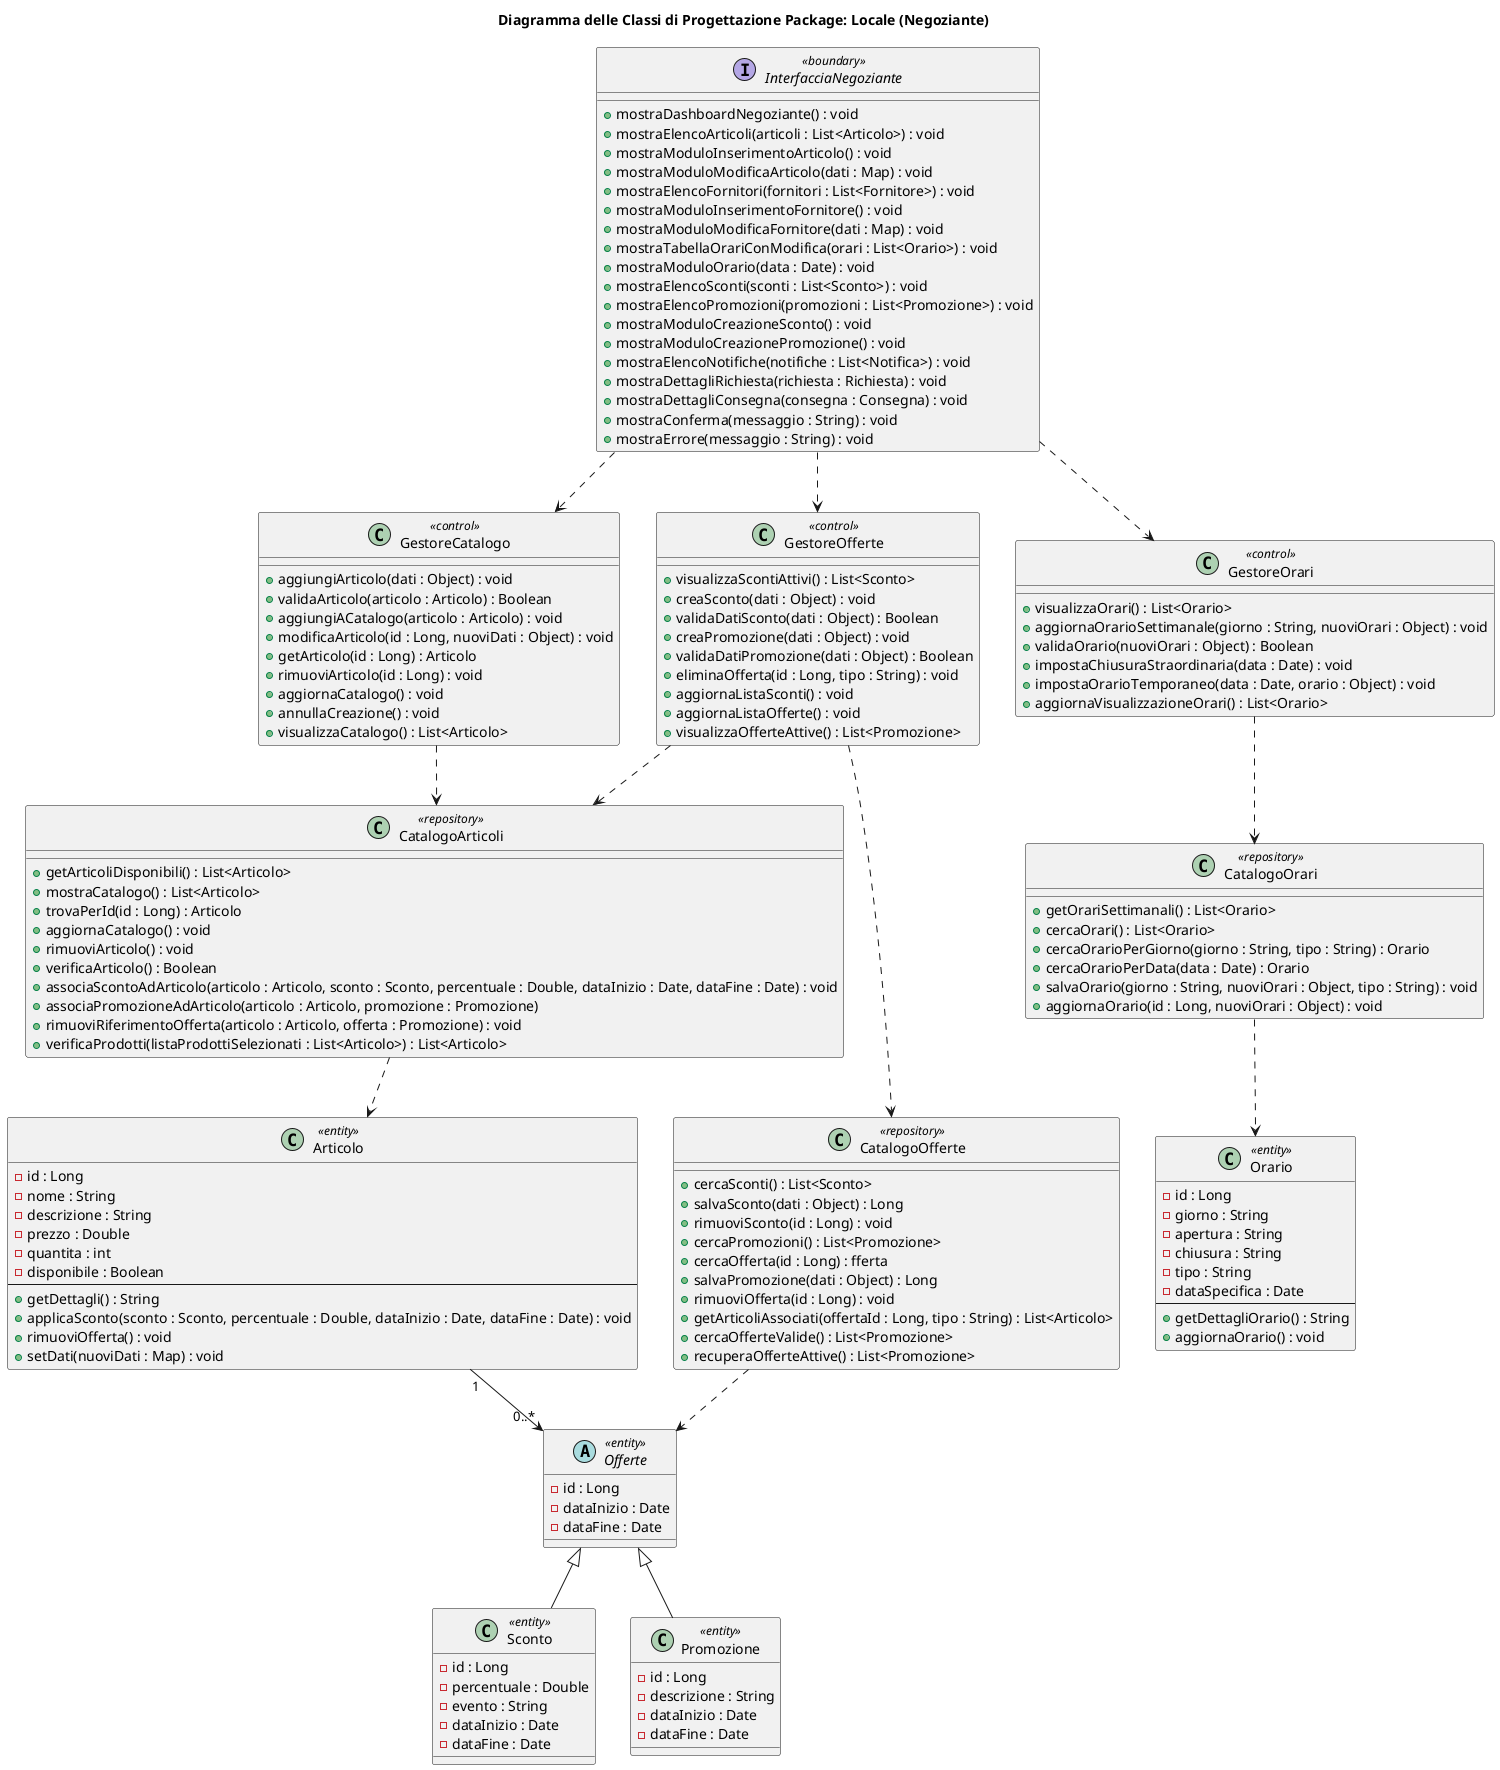
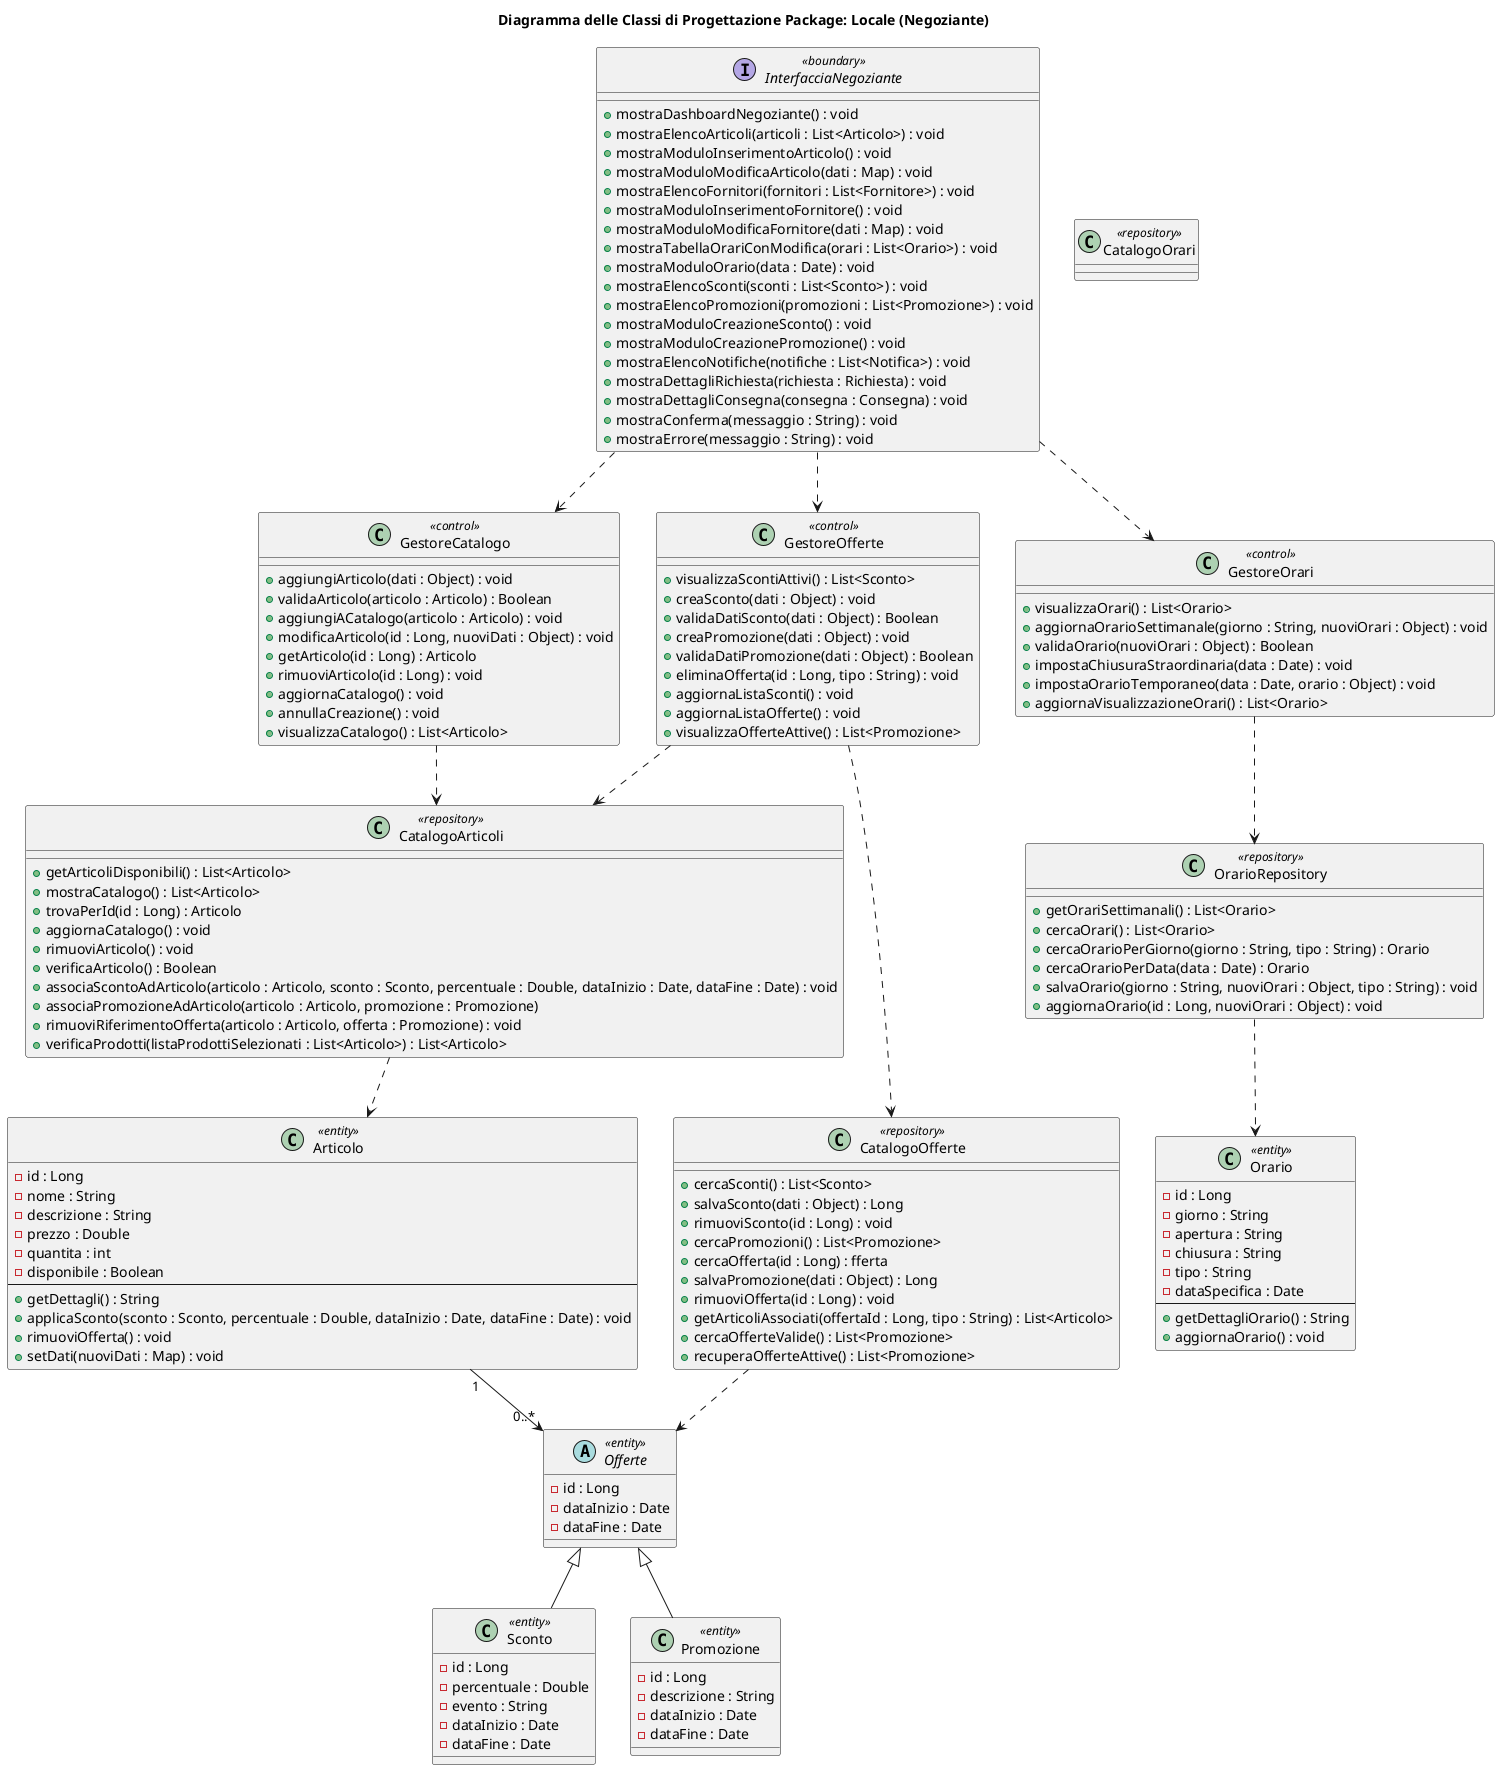
@startuml
title Diagramma delle Classi di Progettazione Package: Locale (Negoziante)


interface InterfacciaNegoziante <<boundary>>
class GestoreCatalogo <<control>>
class GestoreOfferte <<control>>
class GestoreOrari <<control>>
class Offerte <<entity>>
class CatalogoArticoli <<entity>>
class CatalogoOrari <<repository>>
class CatalogoOfferte <<repository>>


interface "InterfacciaNegoziante" <<boundary>> {
    ' Dashboard
    + mostraDashboardNegoziante() : void
    ' Gestione Catalogo
    + mostraElencoArticoli(articoli : List<Articolo>) : void
    + mostraModuloInserimentoArticolo() : void
    + mostraModuloModificaArticolo(dati : Map) : void
    ' Gestione Fornitori
    + mostraElencoFornitori(fornitori : List<Fornitore>) : void
    + mostraModuloInserimentoFornitore() : void
    + mostraModuloModificaFornitore(dati : Map) : void
    ' Gestione Orari
    + mostraTabellaOrariConModifica(orari : List<Orario>) : void
    + mostraModuloOrario(data : Date) : void
    ' Gestione Offerte
    + mostraElencoSconti(sconti : List<Sconto>) : void
    + mostraElencoPromozioni(promozioni : List<Promozione>) : void
    + mostraModuloCreazioneSconto() : void
    + mostraModuloCreazionePromozione() : void
    ' Gestione Notifiche
    + mostraElencoNotifiche(notifiche : List<Notifica>) : void
    + mostraDettagliRichiesta(richiesta : Richiesta) : void
    + mostraDettagliConsegna(consegna : Consegna) : void
    ' Messaggi comuni
    + mostraConferma(messaggio : String) : void
    + mostraErrore(messaggio : String) : void
}
class GestoreCatalogo <<control>> {
    + aggiungiArticolo(dati : Object) : void
    + validaArticolo(articolo : Articolo) : Boolean
    + aggiungiACatalogo(articolo : Articolo) : void
    + modificaArticolo(id : Long, nuoviDati : Object) : void
    + getArticolo(id : Long) : Articolo
    + rimuoviArticolo(id : Long) : void
    + aggiornaCatalogo() : void
    + annullaCreazione() : void
    + visualizzaCatalogo() : List<Articolo>
}

class GestoreOfferte <<control>> {
    + visualizzaScontiAttivi() : List<Sconto>
    + creaSconto(dati : Object) : void
    + validaDatiSconto(dati : Object) : Boolean
    + creaPromozione(dati : Object) : void
    + validaDatiPromozione(dati : Object) : Boolean
    + eliminaOfferta(id : Long, tipo : String) : void
    + aggiornaListaSconti() : void
    + aggiornaListaOfferte() : void
    + visualizzaOfferteAttive() : List<Promozione>
}

class GestoreOrari <<control>> {
    + visualizzaOrari() : List<Orario>
    + aggiornaOrarioSettimanale(giorno : String, nuoviOrari : Object) : void
    + validaOrario(nuoviOrari : Object) : Boolean
    + impostaChiusuraStraordinaria(data : Date) : void
    + impostaOrarioTemporaneo(data : Date, orario : Object) : void
    + aggiornaVisualizzazioneOrari() : List<Orario>
}
- class CatalogoOrari <<repository>> {
+ class OrarioRepository <<repository>> {
    + getOrariSettimanali() : List<Orario>
    + cercaOrari() : List<Orario>
    + cercaOrarioPerGiorno(giorno : String, tipo : String) : Orario
    + cercaOrarioPerData(data : Date) : Orario
    + salvaOrario(giorno : String, nuoviOrari : Object, tipo : String) : void
    + aggiornaOrario(id : Long, nuoviOrari : Object) : void
}

class CatalogoArticoli <<repository>> {
    + getArticoliDisponibili() : List<Articolo>
    + mostraCatalogo() : List<Articolo>
    + trovaPerId(id : Long) : Articolo
    + aggiornaCatalogo() : void
    + rimuoviArticolo() : void
    + verificaArticolo() : Boolean
    + associaScontoAdArticolo(articolo : Articolo, sconto : Sconto, percentuale : Double, dataInizio : Date, dataFine : Date) : void
    + associaPromozioneAdArticolo(articolo : Articolo, promozione : Promozione)
    + rimuoviRiferimentoOfferta(articolo : Articolo, offerta : Promozione) : void
    + verificaProdotti(listaProdottiSelezionati : List<Articolo>) : List<Articolo>
}

class CatalogoOfferte <<repository>> {
    + cercaSconti() : List<Sconto>
    + salvaSconto(dati : Object) : Long
    + rimuoviSconto(id : Long) : void
    + cercaPromozioni() : List<Promozione>
    + cercaOfferta(id : Long) : fferta
    + salvaPromozione(dati : Object) : Long
    + rimuoviOfferta(id : Long) : void
    + getArticoliAssociati(offertaId : Long, tipo : String) : List<Articolo>
    + cercaOfferteValide() : List<Promozione>
    + recuperaOfferteAttive() : List<Promozione>
}
class Articolo <<entity>> {
    - id : Long
    - nome : String
    - descrizione : String
    - prezzo : Double
    - quantita : int
    - disponibile : Boolean
    --
    + getDettagli() : String
    + applicaSconto(sconto : Sconto, percentuale : Double, dataInizio : Date, dataFine : Date) : void
    + rimuoviOfferta() : void
    + setDati(nuoviDati : Map) : void
}


abstract class Offerte <<entity>> {
    - id : Long
    - dataInizio : Date
    - dataFine : Date
}

class Sconto <<entity>> {
    - id : Long
    - percentuale : Double
    - evento : String
    - dataInizio : Date
    - dataFine : Date
}

class Promozione <<entity>> {
    - id : Long
    - descrizione : String
    - dataInizio : Date
    - dataFine : Date
}

class Orario <<entity>> {
    - id : Long
    - giorno : String
    - apertura : String
    - chiusura : String
    - tipo : String
    - dataSpecifica : Date
    --
    + getDettagliOrario() : String
    + aggiornaOrario() : void
}

Offerte <|-- Sconto
Offerte <|-- Promozione

CatalogoArticoli ..> Articolo
Articolo "1" --> "0..*" Offerte

InterfacciaNegoziante ..> GestoreOrari
- GestoreOrari ..> CatalogoOrari
+ GestoreOrari ..> OrarioRepository
InterfacciaNegoziante ..> GestoreOfferte
GestoreOfferte ..> CatalogoOfferte
GestoreOfferte ..> CatalogoArticoli
InterfacciaNegoziante ..> GestoreCatalogo
GestoreCatalogo ..> CatalogoArticoli
- CatalogoOrari ..> Orario
+ OrarioRepository ..> Orario
CatalogoOfferte ..> Offerte


@enduml